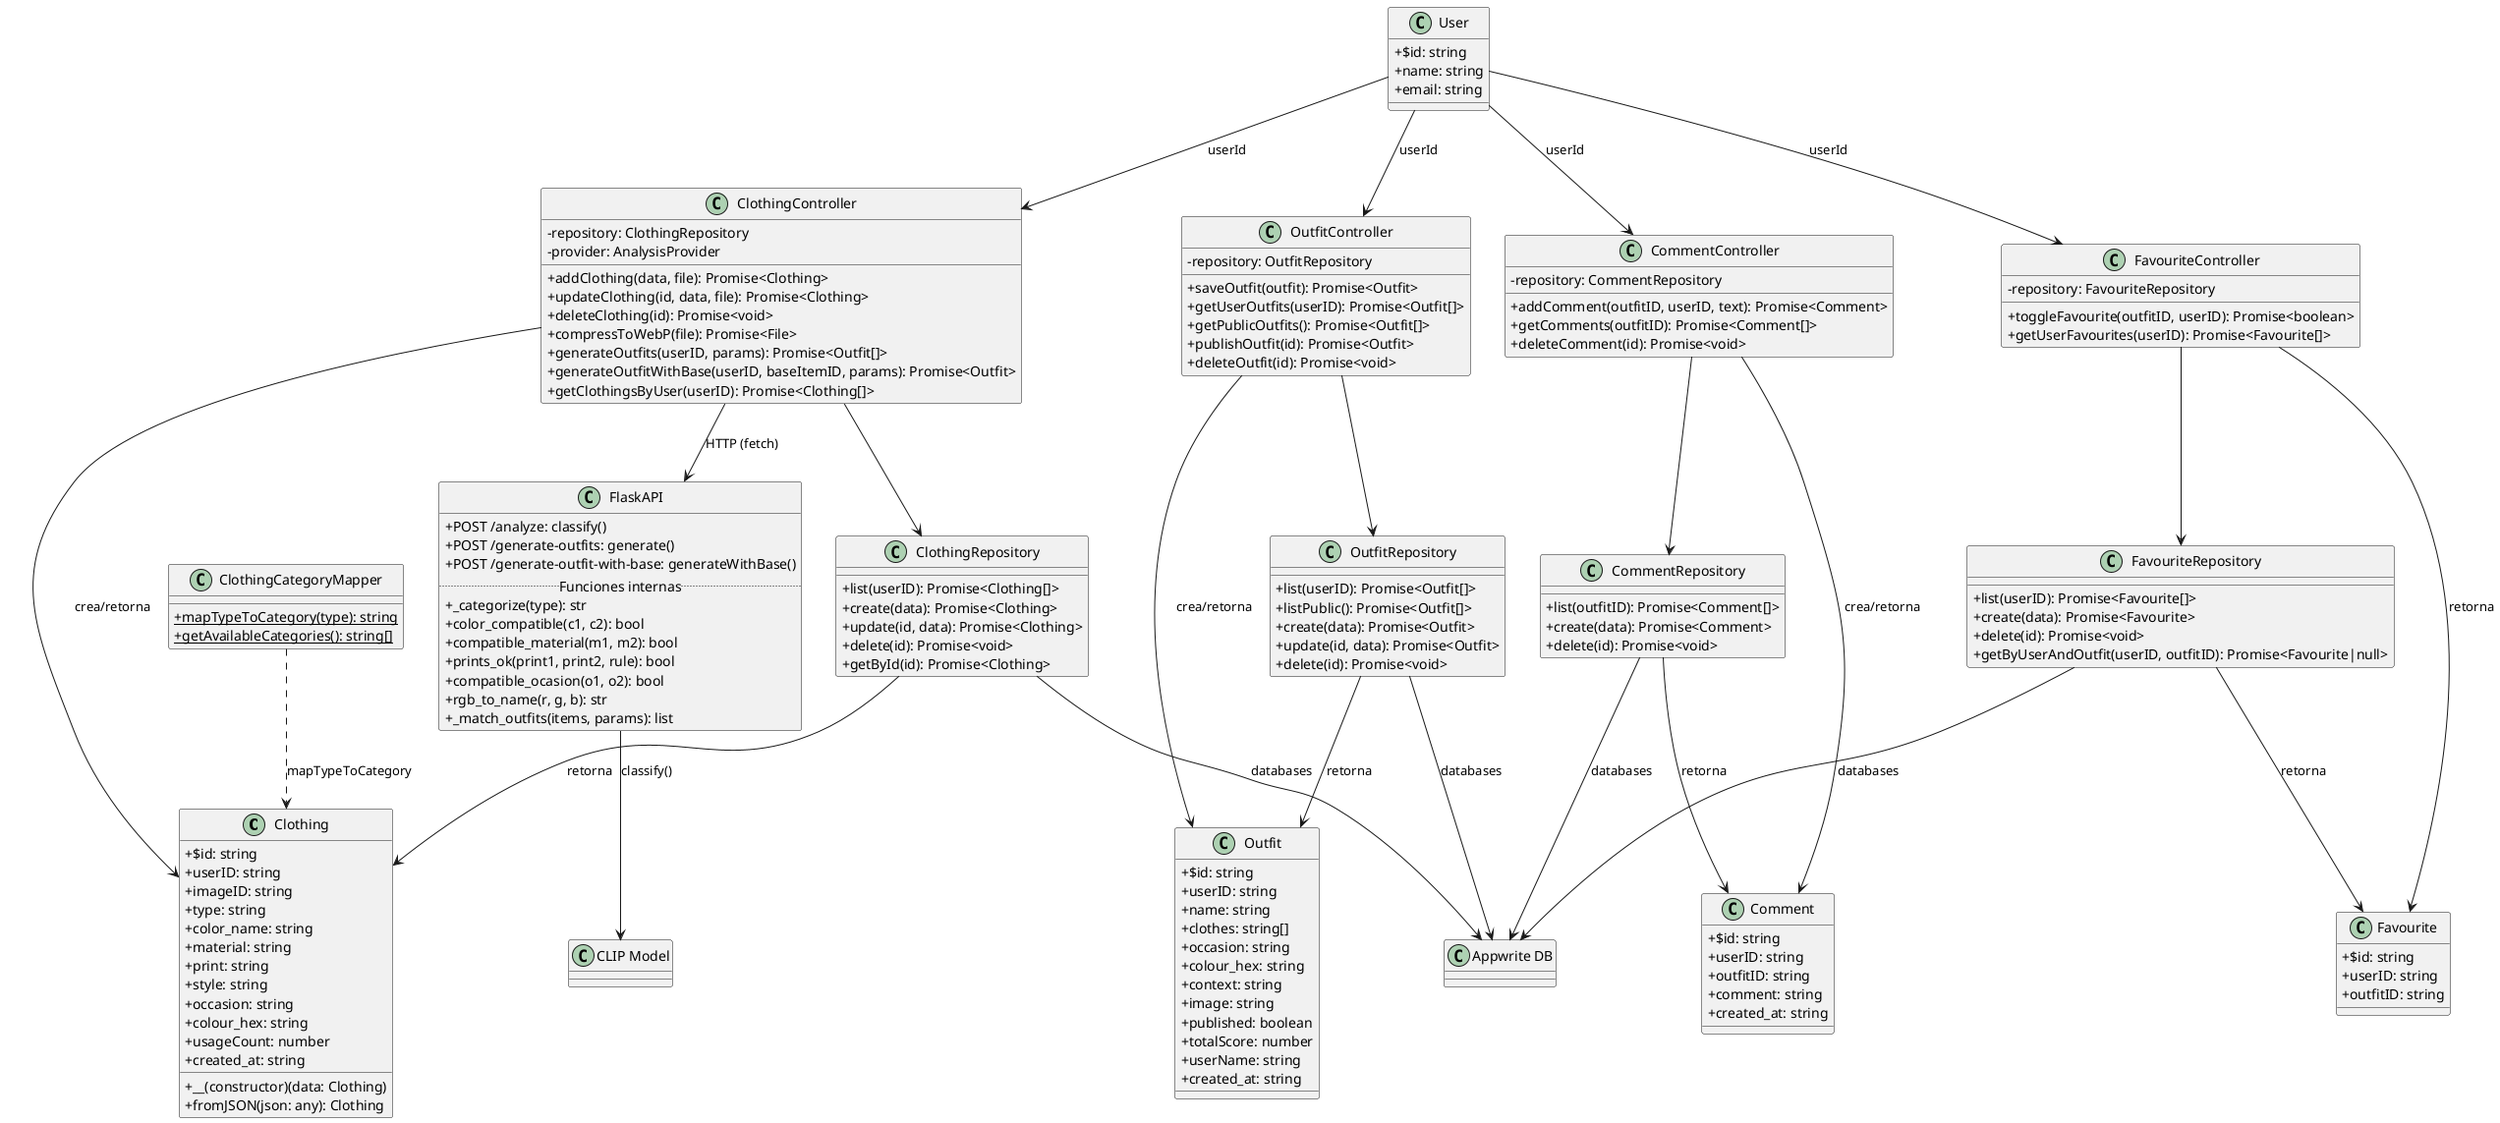
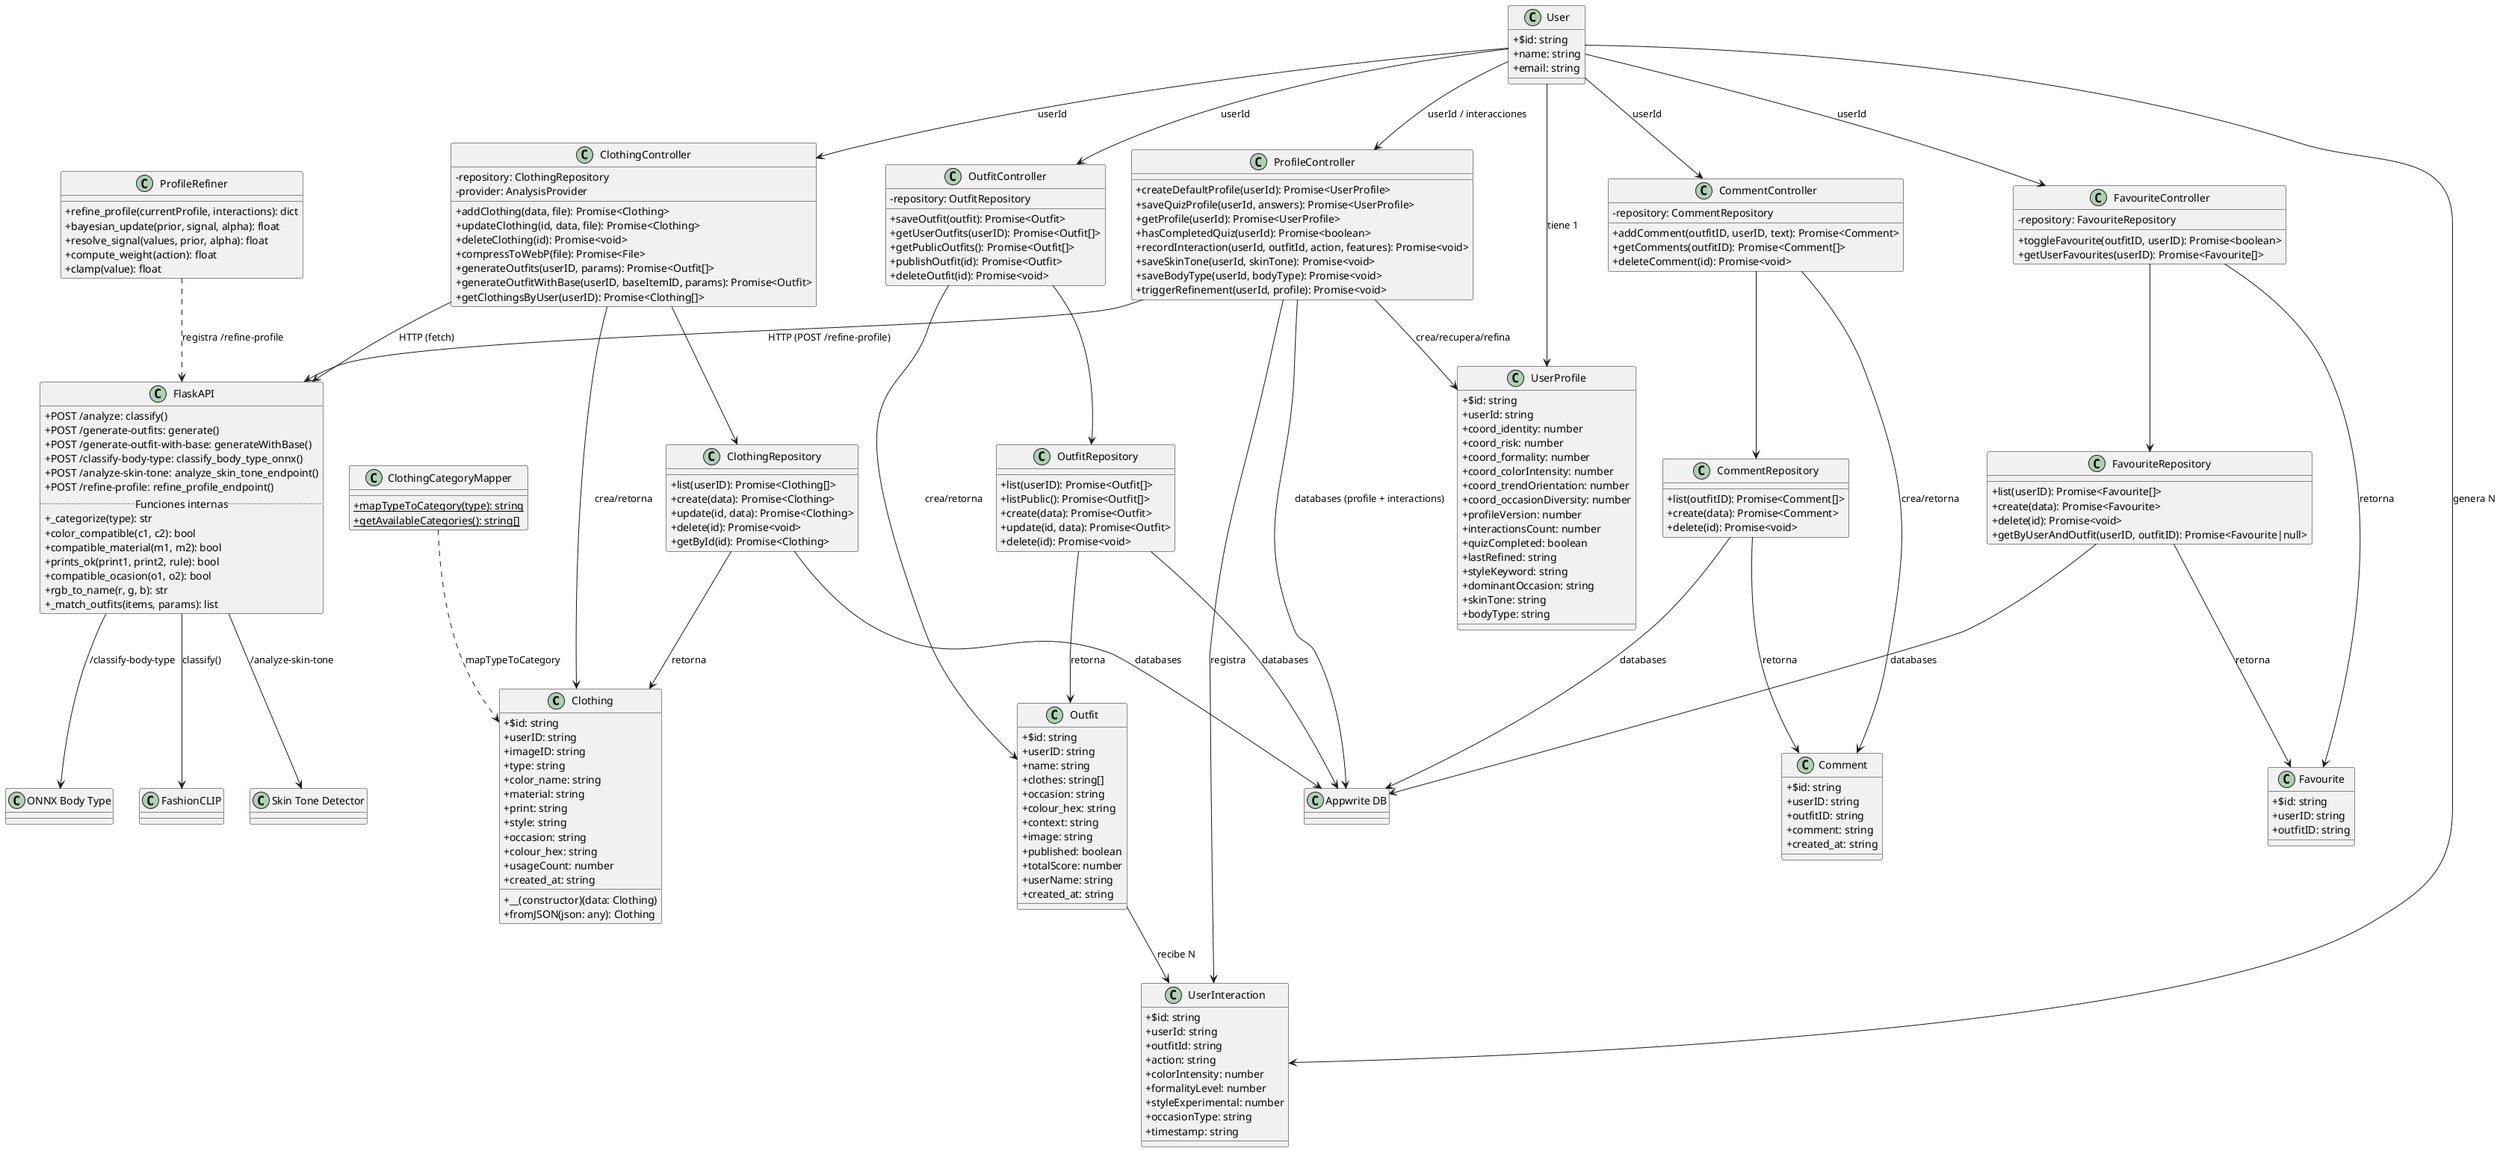
@startuml Clases - OutfitGen

skinparam classAttributeIconSize 0

+ ' ─── Task: Agregar perfil de usuario y sus interacciones ──────────────────────
class Clothing {
  + $id: string
  + userID: string
  + imageID: string
  + type: string
  + color_name: string
  + material: string
  + print: string
  + style: string
  + occasion: string
  + colour_hex: string
  + usageCount: number
  + created_at: string
  + __(constructor)(data: Clothing)
  + fromJSON(json: any): Clothing
}

class Outfit {
  + $id: string
  + userID: string
  + name: string
  + clothes: string[]
  + occasion: string
  + colour_hex: string
  + context: string
  + image: string
  + published: boolean
  + totalScore: number
  + userName: string
  + created_at: string
}

class User {
  + $id: string
  + name: string
  + email: string
}

class Comment {
  + $id: string
  + userID: string
  + outfitID: string
  + comment: string
  + created_at: string
}

class Favourite {
  + $id: string
  + userID: string
  + outfitID: string
}

+ ' ─── Nuevas entidades: UserProfile y UserInteraction ─────────────────────────
+ class UserProfile {
+   + $id: string
+   + userId: string
+   + coord_identity: number
+   + coord_risk: number
+   + coord_formality: number
+   + coord_colorIntensity: number
+   + coord_trendOrientation: number
+   + coord_occasionDiversity: number
+   + profileVersion: number
+   + interactionsCount: number
+   + quizCompleted: boolean
+   + lastRefined: string
+   + styleKeyword: string
+   + dominantOccasion: string
+   + skinTone: string
+   + bodyType: string
+ }
+ 
+ class UserInteraction {
+   + $id: string
+   + userId: string
+   + outfitId: string
+   + action: string
+   + colorIntensity: number
+   + formalityLevel: number
+   + styleExperimental: number
+   + occasionType: string
+   + timestamp: string
+ }
+ 
+ ' ─── Controladores ─────────────────────────────────────────────────────────────
class ClothingController {
  - repository: ClothingRepository
  - provider: AnalysisProvider
  + addClothing(data, file): Promise<Clothing>
  + updateClothing(id, data, file): Promise<Clothing>
  + deleteClothing(id): Promise<void>
  + compressToWebP(file): Promise<File>
  + generateOutfits(userID, params): Promise<Outfit[]>
  + generateOutfitWithBase(userID, baseItemID, params): Promise<Outfit>
  + getClothingsByUser(userID): Promise<Clothing[]>
}

class OutfitController {
  - repository: OutfitRepository
  + saveOutfit(outfit): Promise<Outfit>
  + getUserOutfits(userID): Promise<Outfit[]>
  + getPublicOutfits(): Promise<Outfit[]>
  + publishOutfit(id): Promise<Outfit>
  + deleteOutfit(id): Promise<void>
}

class CommentController {
  - repository: CommentRepository
  + addComment(outfitID, userID, text): Promise<Comment>
  + getComments(outfitID): Promise<Comment[]>
  + deleteComment(id): Promise<void>
}

class FavouriteController {
  - repository: FavouriteRepository
  + toggleFavourite(outfitID, userID): Promise<boolean>
  + getUserFavourites(userID): Promise<Favourite[]>
}

+ ' ─── Nuevo Controlador de perfil ──────────────────────────────────────────────
+ class ProfileController {
+   + createDefaultProfile(userId): Promise<UserProfile>
+   + saveQuizProfile(userId, answers): Promise<UserProfile>
+   + getProfile(userId): Promise<UserProfile>
+   + hasCompletedQuiz(userId): Promise<boolean>
+   + recordInteraction(userId, outfitId, action, features): Promise<void>
+   + saveSkinTone(userId, skinTone): Promise<void>
+   + saveBodyType(userId, bodyType): Promise<void>
+   + triggerRefinement(userId, profile): Promise<void>
+ }
+ 
+ ' ─── Repositorios ──────────────────────────────────────────────────────────────
class ClothingRepository {
  + list(userID): Promise<Clothing[]>
  + create(data): Promise<Clothing>
  + update(id, data): Promise<Clothing>
  + delete(id): Promise<void>
  + getById(id): Promise<Clothing>
}

class OutfitRepository {
  + list(userID): Promise<Outfit[]>
  + listPublic(): Promise<Outfit[]>
  + create(data): Promise<Outfit>
  + update(id, data): Promise<Outfit>
  + delete(id): Promise<void>
}

class CommentRepository {
  + list(outfitID): Promise<Comment[]>
  + create(data): Promise<Comment>
  + delete(id): Promise<void>
}

class FavouriteRepository {
  + list(userID): Promise<Favourite[]>
  + create(data): Promise<Favourite>
  + delete(id): Promise<void>
  + getByUserAndOutfit(userID, outfitID): Promise<Favourite|null>
}

+ ' ─── Backend Flask ─────────────────────────────────────────────────────────────
class FlaskAPI {
  + POST /analyze: classify()
  + POST /generate-outfits: generate()
  + POST /generate-outfit-with-base: generateWithBase()
+   + POST /classify-body-type: classify_body_type_onnx()
+   + POST /analyze-skin-tone: analyze_skin_tone_endpoint()
+   + POST /refine-profile: refine_profile_endpoint()
  .. Funciones internas ..
  + _categorize(type): str
  + color_compatible(c1, c2): bool
  + compatible_material(m1, m2): bool
  + prints_ok(print1, print2, rule): bool
  + compatible_ocasion(o1, o2): bool
  + rgb_to_name(r, g, b): str
  + _match_outfits(items, params): list
}

+ class ProfileRefiner {
+   + refine_profile(currentProfile, interactions): dict
+   + bayesian_update(prior, signal, alpha): float
+   + resolve_signal(values, prior, alpha): float
+   + compute_weight(action): float
+   + clamp(value): float
+ }
+ 
class ClothingCategoryMapper {
  + {static} mapTypeToCategory(type): string
  + {static} getAvailableCategories(): string[]
}

+ ' ─── Relaciones entre entidades de datos y repositorios ───────────────────────
ClothingRepository --> "Appwrite DB" : databases
OutfitRepository --> "Appwrite DB" : databases
CommentRepository --> "Appwrite DB" : databases
FavouriteRepository --> "Appwrite DB" : databases
- 
+ ProfileController --> "Appwrite DB" : databases (profile + interactions)
+ 
+ ' ─── Controladores → Repositorios / APIs ──────────────────────────────────────
ClothingController --> ClothingRepository
ClothingController --> FlaskAPI : HTTP (fetch)
OutfitController --> OutfitRepository
CommentController --> CommentRepository
FavouriteController --> FavouriteRepository
- 
+ ProfileController --> FlaskAPI : HTTP (POST /refine-profile)
+ 
+ ' ─── Controladores → Entidades ────────────────────────────────────────────────
ClothingController --> Clothing : crea/retorna
OutfitController --> Outfit : crea/retorna
CommentController --> Comment : crea/retorna
FavouriteController --> Favourite : retorna
- 
+ ProfileController --> UserProfile : crea/recupera/refina
+ ProfileController --> UserInteraction : registra
+ 
+ ' ─── Repositorios → Entidades ─────────────────────────────────────────────────
ClothingRepository --> Clothing : retorna
OutfitRepository --> Outfit : retorna
CommentRepository --> Comment : retorna
FavouriteRepository --> Favourite : retorna

+ ' ─── Utilidades ────────────────────────────────────────────────────────────────
ClothingCategoryMapper ..> Clothing : mapTypeToCategory

- FlaskAPI --> "CLIP Model" : classify()
- 
+ ' ─── Modelos ML ────────────────────────────────────────────────────────────────
+ FlaskAPI --> "FashionCLIP" : classify()
+ FlaskAPI --> "ONNX Body Type" : /classify-body-type
+ FlaskAPI --> "Skin Tone Detector" : /analyze-skin-tone
+ ProfileRefiner ..> FlaskAPI : registra /refine-profile
+ 
+ ' ─── Usuario → Controladores ──────────────────────────────────────────────────
User --> ClothingController : userId
User --> OutfitController : userId
User --> CommentController : userId
User --> FavouriteController : userId
+ User --> ProfileController : userId / interacciones
+ 
+ ' ─── Relaciones Entidad ────────────────────────────────────────────────────────
+ User --> UserProfile : tiene 1
+ User --> UserInteraction : genera N
+ Outfit --> UserInteraction : recibe N

@enduml
